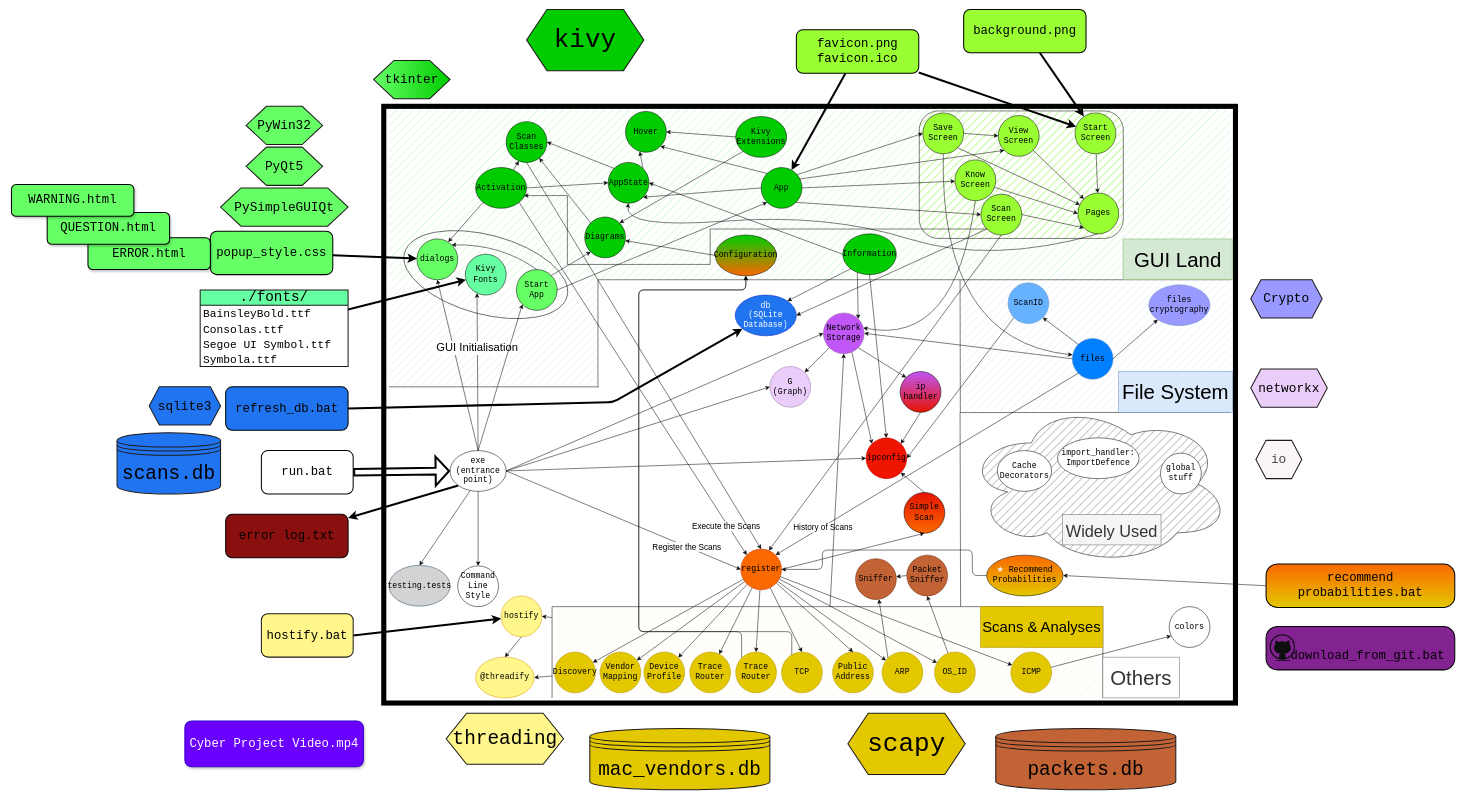
This is Scanner/drawio-diagrams/modules extended.drawio from ShZil/network-utilities, a draw.io file, before an edit. Source tidied: cells renumbered, new cells numbered last; positions are measured from the earlier drawing's top-left corner, leaving out a move shared by most shapes. Both pictures are drawn from the tidied source at 51%, with x=0, y=0 at pixel (11, 9).
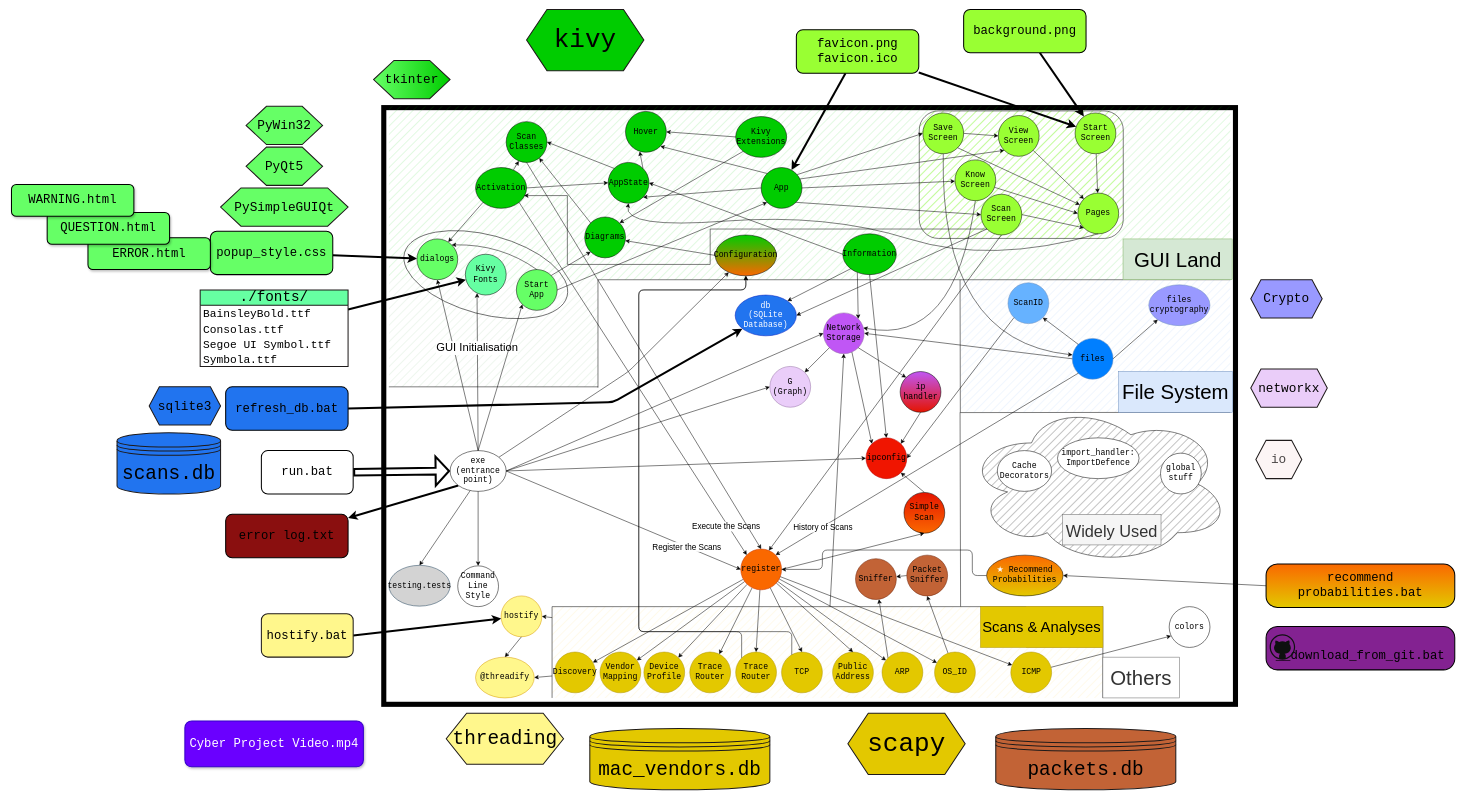
The same diagram, later.

Unchanged cells that the change refers to:
```xml
<mxCell id="16" value="exe (entrance point)" style="ellipse;whiteSpace=wrap;html=1;fontFamily=Consolas;fontSize=16;" parent="1" vertex="1">
  <mxGeometry x="860" y="865" width="110" height="80" as="geometry" />
</mxCell>
<mxCell id="41" value="Configuration" style="ellipse;whiteSpace=wrap;html=1;fontFamily=Consolas;fontSize=16;fillColor=#00CC00;gradientColor=#fa6800;" parent="1" vertex="1">
  <mxGeometry x="1380" y="442.3" width="120" height="80" as="geometry" />
</mxCell>
```

Change to the diagram source:
```diff
@@
     <mxCell id="2" style="rounded=0;whiteSpace=wrap;html=1;fillColor=none;strokeWidth=10;" parent="1" vertex="1">
-      <mxGeometry x="730" y="190" width="1670" height="1170" as="geometry" />
+      <mxGeometry x="730" y="192.5" width="1670" height="1170" as="geometry" />
     </mxCell>
@@
+    <mxCell id="193" style="edgeStyle=none;html=1;" parent="1" edge="1" source="16" target="41">
+      <mxGeometry relative="1" as="geometry">
+        <Array as="points">
+          <mxPoint x="1210" y="710" />
+        </Array>
+      </mxGeometry>
+    </mxCell>
```
